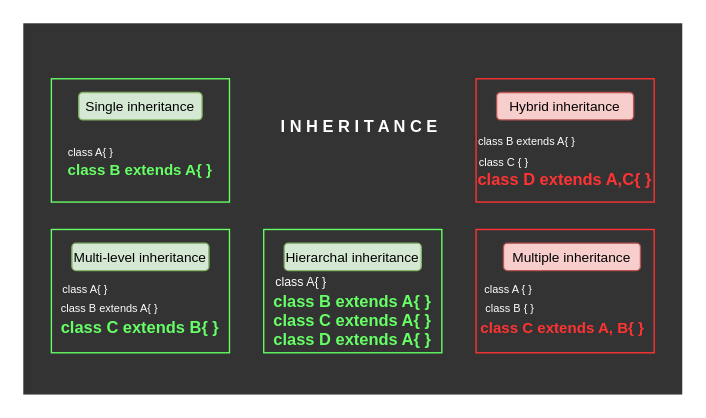
PavanKoppana/blueprints keeps this draw.io diagram as Inheritance.drawio. Above is the earlier version. Source tidied: cells renumbered, new cells numbered last; positions are measured from the earlier drawing's top-left corner, leaving out a move shared by most shapes. Both pictures are drawn from the tidied source at 137%, with x=0, y=0 at pixel (23, 23).
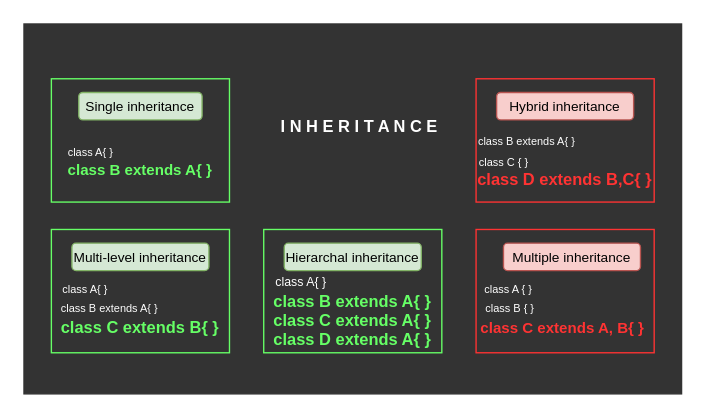
After the change.

The edit, as a diff of the source:
```diff
@@
 <mxGraphModel>
   <root>
     <mxCell id="0" />
     <mxCell id="1" parent="0" />
     <mxCell id="2" style="rounded=0;whiteSpace=wrap;html=1;fillColor=#333333;strokeColor=#333333;" parent="1" vertex="1">
       <mxGeometry width="480" height="270" as="geometry" />
     </mxCell>
     <mxCell id="3" value="&lt;br&gt;&lt;div&gt;&lt;font style=&quot;font-size: 9px;&quot;&gt;&lt;br&gt;&lt;/font&gt;&lt;/div&gt;&lt;div&gt;&lt;font style=&quot;font-size: 8px; color: rgb(255, 255, 255);&quot;&gt;class A{ }&amp;nbsp;&lt;/font&gt;&lt;font style=&quot;font-size: 9px;&quot;&gt;&amp;nbsp; &amp;nbsp; &amp;nbsp; &amp;nbsp; &amp;nbsp; &amp;nbsp; &amp;nbsp; &amp;nbsp; &amp;nbsp; &amp;nbsp; &amp;nbsp; &amp;nbsp; &amp;nbsp; &amp;nbsp;&amp;nbsp;&lt;/font&gt;&lt;font style=&quot;font-size: 11px;&quot;&gt;&lt;b&gt;&lt;br&gt;&lt;font style=&quot;color: rgb(102, 255, 102);&quot;&gt;class B extends A{ }&lt;/font&gt;&lt;/b&gt;&lt;/font&gt;&lt;/div&gt;" style="rounded=0;whiteSpace=wrap;html=1;fillColor=#333333;strokeColor=#66FF66;" parent="1" vertex="1">
       <mxGeometry x="20" y="40" width="130" height="90" as="geometry" />
     </mxCell>
     <mxCell id="4" value="&lt;div&gt;&lt;br&gt;&lt;/div&gt;&lt;div&gt;&lt;br&gt;&lt;/div&gt;&lt;font style=&quot;font-size: 9px;&quot;&gt;&lt;font style=&quot;color: rgb(255, 255, 255);&quot;&gt;class A{ }&amp;nbsp; &amp;nbsp;&lt;/font&gt; &amp;nbsp; &amp;nbsp; &amp;nbsp; &amp;nbsp; &amp;nbsp; &amp;nbsp; &amp;nbsp; &amp;nbsp; &amp;nbsp; &amp;nbsp; &amp;nbsp; &amp;nbsp; &amp;nbsp;&amp;nbsp;&lt;/font&gt;&lt;div&gt;&lt;b&gt;&lt;font style=&quot;color: rgb(102, 255, 102);&quot;&gt;class B extends A{ }&lt;/font&gt;&lt;/b&gt;&lt;/div&gt;&lt;div&gt;&lt;b&gt;&lt;font style=&quot;color: rgb(102, 255, 102);&quot;&gt;class C extends A{ }&lt;/font&gt;&lt;/b&gt;&lt;/div&gt;&lt;div&gt;&lt;b&gt;&lt;font style=&quot;color: rgb(102, 255, 102);&quot;&gt;class D extends A{ }&lt;/font&gt;&lt;/b&gt;&lt;/div&gt;" style="rounded=0;whiteSpace=wrap;html=1;fillColor=#333333;strokeColor=#66FF66;" parent="1" vertex="1">
       <mxGeometry x="175" y="150" width="130" height="90" as="geometry" />
     </mxCell>
-    <mxCell id="5" value="&lt;div&gt;&lt;br&gt;&lt;/div&gt;&lt;div&gt;&lt;br&gt;&lt;/div&gt;&lt;font style=&quot;font-size: 8px; color: rgb(255, 255, 255);&quot;&gt;class B extends A{ }&amp;nbsp; &amp;nbsp; &amp;nbsp; &amp;nbsp; &amp;nbsp; &amp;nbsp; &amp;nbsp; &amp;nbsp; &amp;nbsp; &amp;nbsp; &amp;nbsp; &amp;nbsp; &amp;nbsp;&lt;/font&gt;&lt;div&gt;&lt;font&gt;&lt;font style=&quot;font-size: 8px; color: rgb(255, 255, 255);&quot;&gt;class C { }&amp;nbsp; &amp;nbsp; &amp;nbsp; &amp;nbsp; &amp;nbsp; &amp;nbsp; &amp;nbsp; &amp;nbsp; &amp;nbsp; &amp;nbsp; &amp;nbsp; &amp;nbsp; &amp;nbsp; &amp;nbsp; &amp;nbsp; &amp;nbsp; &amp;nbsp; &amp;nbsp; &amp;nbsp; &amp;nbsp;&amp;nbsp;&lt;br&gt;&lt;/font&gt;&lt;b style=&quot;color: light-dark(rgb(255, 51, 51), rgb(255, 119, 119));&quot;&gt;class D extends A,C{ }&lt;/b&gt;&lt;/font&gt;&lt;/div&gt;" style="rounded=0;whiteSpace=wrap;html=1;fillColor=#333333;strokeColor=#FF3333;" parent="1" vertex="1">
+    <mxCell id="5" value="&lt;div&gt;&lt;br&gt;&lt;/div&gt;&lt;div&gt;&lt;br&gt;&lt;/div&gt;&lt;font style=&quot;font-size: 8px; color: rgb(255, 255, 255);&quot;&gt;class B extends A{ }&amp;nbsp; &amp;nbsp; &amp;nbsp; &amp;nbsp; &amp;nbsp; &amp;nbsp; &amp;nbsp; &amp;nbsp; &amp;nbsp; &amp;nbsp; &amp;nbsp; &amp;nbsp; &amp;nbsp;&lt;/font&gt;&lt;div&gt;&lt;font&gt;&lt;font style=&quot;font-size: 8px; color: rgb(255, 255, 255);&quot;&gt;class C { }&amp;nbsp; &amp;nbsp; &amp;nbsp; &amp;nbsp; &amp;nbsp; &amp;nbsp; &amp;nbsp; &amp;nbsp; &amp;nbsp; &amp;nbsp; &amp;nbsp; &amp;nbsp; &amp;nbsp; &amp;nbsp; &amp;nbsp; &amp;nbsp; &amp;nbsp; &amp;nbsp; &amp;nbsp; &amp;nbsp;&amp;nbsp;&lt;br&gt;&lt;/font&gt;&lt;b style=&quot;color: light-dark(rgb(255, 51, 51), rgb(255, 119, 119));&quot;&gt;class D extends B,C{ }&lt;/b&gt;&lt;/font&gt;&lt;/div&gt;" style="rounded=0;whiteSpace=wrap;html=1;fillColor=#333333;strokeColor=#FF3333;" parent="1" vertex="1">
       <mxGeometry x="330" y="40" width="130" height="90" as="geometry" />
     </mxCell>
     <mxCell id="6" value="&lt;div&gt;&lt;font style=&quot;&quot;&gt;&lt;font style=&quot;font-size: 10px;&quot;&gt;&lt;br&gt;&lt;/font&gt;&lt;/font&gt;&lt;/div&gt;&lt;font style=&quot;&quot;&gt;&lt;font style=&quot;&quot;&gt;&lt;div style=&quot;font-size: 10px;&quot;&gt;&lt;span style=&quot;font-size: 8px; background-color: transparent;&quot;&gt;&lt;br&gt;&lt;font style=&quot;color: rgb(255, 255, 255);&quot;&gt;class A{ }&amp;nbsp; &amp;nbsp; &amp;nbsp; &amp;nbsp; &amp;nbsp; &amp;nbsp; &amp;nbsp; &amp;nbsp; &amp;nbsp; &amp;nbsp; &amp;nbsp; &amp;nbsp; &amp;nbsp; &amp;nbsp; &amp;nbsp; &amp;nbsp; &amp;nbsp; &amp;nbsp;&amp;nbsp;&lt;/font&gt;&lt;/span&gt;&lt;/div&gt;&lt;/font&gt;&lt;font style=&quot;font-size: 8px;&quot;&gt;&lt;font style=&quot;&quot;&gt;&lt;font style=&quot;color: rgb(255, 255, 255);&quot;&gt;class B extends A{ }&amp;nbsp;&lt;/font&gt; &amp;nbsp; &amp;nbsp; &amp;nbsp; &amp;nbsp; &amp;nbsp; &amp;nbsp; &amp;nbsp; &amp;nbsp; &amp;nbsp;&amp;nbsp;&lt;/font&gt;&lt;/font&gt;&lt;br&gt;&lt;font style=&quot;color: rgb(102, 255, 102);&quot;&gt;&lt;b style=&quot;&quot;&gt;class C extends B{ }&lt;/b&gt;&lt;/font&gt;&lt;/font&gt;" style="rounded=0;whiteSpace=wrap;html=1;fillColor=#333333;strokeColor=#66FF66;" parent="1" vertex="1">
       <mxGeometry x="20" y="150" width="130" height="90" as="geometry" />
     </mxCell>
     <mxCell id="7" value="&lt;div&gt;&lt;br&gt;&lt;/div&gt;&lt;div&gt;&lt;br&gt;&lt;/div&gt;&lt;font style=&quot;font-size: 8px; color: rgb(255, 255, 255);&quot;&gt;&lt;div&gt;&lt;font style=&quot;font-size: 8px; color: rgb(255, 255, 255);&quot;&gt;&lt;br&gt;&lt;/font&gt;&lt;/div&gt;class A { }&amp;nbsp; &amp;nbsp; &amp;nbsp; &amp;nbsp; &amp;nbsp; &amp;nbsp; &amp;nbsp; &amp;nbsp; &amp;nbsp; &amp;nbsp; &amp;nbsp; &amp;nbsp; &amp;nbsp; &amp;nbsp; &amp;nbsp; &amp;nbsp; &amp;nbsp; &amp;nbsp; &amp;nbsp;&lt;/font&gt;&lt;div&gt;&lt;font style=&quot;font-size: 8px; color: rgb(255, 255, 255);&quot;&gt;class B { }&amp;nbsp; &amp;nbsp; &amp;nbsp; &amp;nbsp; &amp;nbsp; &amp;nbsp; &amp;nbsp; &amp;nbsp; &amp;nbsp; &amp;nbsp; &amp;nbsp; &amp;nbsp; &amp;nbsp; &amp;nbsp; &amp;nbsp; &amp;nbsp; &amp;nbsp; &amp;nbsp;&amp;nbsp;&lt;/font&gt;&lt;/div&gt;&lt;div&gt;&lt;b style=&quot;background-color: transparent;&quot;&gt;&lt;font style=&quot;font-size: 11px; color: light-dark(rgb(255, 51, 51), rgb(255, 255, 255));&quot;&gt;class C extends A, B{ }&lt;/font&gt;&lt;font style=&quot;color: light-dark(rgb(255, 51, 51), rgb(255, 255, 255));&quot;&gt;&amp;nbsp; &amp;nbsp; &amp;nbsp; &amp;nbsp; &amp;nbsp; &amp;nbsp; &amp;nbsp; &amp;nbsp; &amp;nbsp; &amp;nbsp; &amp;nbsp; &amp;nbsp; &amp;nbsp; &amp;nbsp; &amp;nbsp; &amp;nbsp; &amp;nbsp; &amp;nbsp;&amp;nbsp;&lt;/font&gt;&lt;/b&gt;&lt;/div&gt;" style="rounded=0;whiteSpace=wrap;html=1;fillColor=#333333;strokeColor=#FF3333;" parent="1" vertex="1">
       <mxGeometry x="330" y="150" width="130" height="90" as="geometry" />
     </mxCell>
     <mxCell id="8" value="&lt;font style=&quot;font-size: 10px;&quot;&gt;Single inheritance&lt;/font&gt;" style="rounded=1;whiteSpace=wrap;html=1;fillColor=#d5e8d4;strokeColor=#82b366;" parent="1" vertex="1">
       <mxGeometry x="40" y="50" width="90" height="20" as="geometry" />
     </mxCell>
     <mxCell id="9" value="&lt;span style=&quot;font-size: 10px;&quot;&gt;Multi-level inheritance&lt;/span&gt;" style="rounded=1;whiteSpace=wrap;html=1;fillColor=#d5e8d4;strokeColor=#82b366;" parent="1" vertex="1">
       <mxGeometry x="35" y="160" width="100" height="20" as="geometry" />
     </mxCell>
     <mxCell id="10" value="&lt;span style=&quot;font-size: 10px;&quot;&gt;Hierarchal inheritance&lt;/span&gt;" style="rounded=1;whiteSpace=wrap;html=1;fillColor=#d5e8d4;strokeColor=#82b366;" parent="1" vertex="1">
       <mxGeometry x="190" y="160" width="100" height="20" as="geometry" />
     </mxCell>
     <mxCell id="11" value="&lt;span style=&quot;font-size: 10px;&quot;&gt;Multiple inheritance&lt;/span&gt;" style="rounded=1;whiteSpace=wrap;html=1;fillColor=#f8cecc;strokeColor=#b85450;" parent="1" vertex="1">
       <mxGeometry x="350" y="160" width="100" height="20" as="geometry" />
     </mxCell>
     <mxCell id="12" value="&lt;span style=&quot;font-size: 10px;&quot;&gt;Hybrid inheritance&lt;/span&gt;" style="rounded=1;whiteSpace=wrap;html=1;fillColor=#f8cecc;strokeColor=#b85450;" parent="1" vertex="1">
       <mxGeometry x="345" y="50" width="100" height="20" as="geometry" />
     </mxCell>
     <mxCell id="13" value="&lt;b&gt;&lt;font style=&quot;color: rgb(255, 255, 255);&quot;&gt;&lt;font style=&quot;&quot;&gt;I N H E R I T A &lt;/font&gt;&lt;font style=&quot;&quot;&gt;N C E&lt;/font&gt;&lt;/font&gt;&lt;/b&gt;" style="text;html=1;align=center;verticalAlign=middle;whiteSpace=wrap;rounded=0;" parent="1" vertex="1">
       <mxGeometry x="160" y="60" width="170" height="30" as="geometry" />
     </mxCell>
   </root>
 </mxGraphModel>
```
